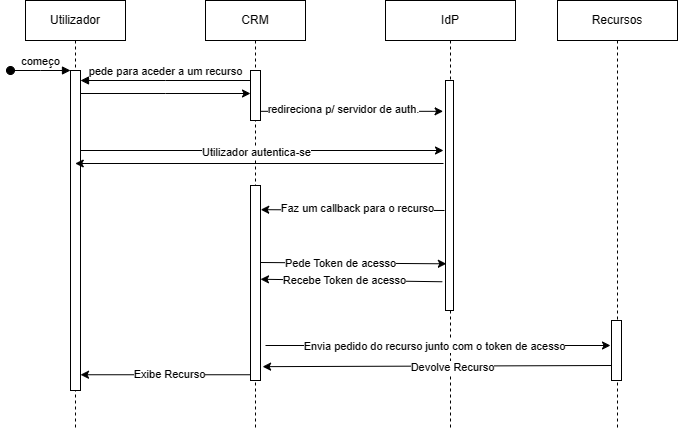
This is Diagrama_Auth_Code_Flow.png from NiMouh/IdP_CRM, a draw.io export, as it was before one commit. Source tidied: cells renumbered, new cells last; positions are measured from the earlier drawing's top-left corner, leaving out a move shared by most shapes. The source it was exported from:
```xml
<mxGraphModel>
  <root>
    <mxCell id="0" />
    <mxCell id="1" parent="0" />
    <mxCell id="2" value="Utilizador" style="shape=umlLifeline;perimeter=lifelinePerimeter;whiteSpace=wrap;html=1;newEdgeStyle={&quot;edgeStyle&quot;:&quot;elbowEdgeStyle&quot;,&quot;elbow&quot;:&quot;vertical&quot;,&quot;curved&quot;:0,&quot;rounded&quot;:0};" parent="1" vertex="1">
      <mxGeometry x="15" width="100" height="430" as="geometry" />
    </mxCell>
    <mxCell id="3" style="html=1;points=[];perimeter=orthogonalPerimeter;outlineConnect=0;targetShapes=umlLifeline;portConstraint=eastwest;newEdgeStyle={&quot;edgeStyle&quot;:&quot;elbowEdgeStyle&quot;,&quot;elbow&quot;:&quot;vertical&quot;,&quot;curved&quot;:0,&quot;rounded&quot;:0};" parent="2" vertex="1">
      <mxGeometry x="45" y="70" width="10" height="320" as="geometry" />
    </mxCell>
    <mxCell id="4" value="começo" style="html=1;verticalAlign=bottom;startArrow=oval;endArrow=block;startSize=8;edgeStyle=elbowEdgeStyle;elbow=vertical;curved=0;rounded=0;" parent="2" edge="1" target="3">
      <mxGeometry relative="1" as="geometry">
        <mxPoint x="-15" y="70" as="sourcePoint" />
      </mxGeometry>
    </mxCell>
    <mxCell id="5" value="CRM" style="shape=umlLifeline;perimeter=lifelinePerimeter;whiteSpace=wrap;html=1;newEdgeStyle={&quot;edgeStyle&quot;:&quot;elbowEdgeStyle&quot;,&quot;elbow&quot;:&quot;vertical&quot;,&quot;curved&quot;:0,&quot;rounded&quot;:0};" parent="1" vertex="1">
      <mxGeometry x="195" width="100" height="430" as="geometry" />
    </mxCell>
    <mxCell id="6" style="html=1;points=[];perimeter=orthogonalPerimeter;outlineConnect=0;targetShapes=umlLifeline;portConstraint=eastwest;newEdgeStyle={&quot;edgeStyle&quot;:&quot;elbowEdgeStyle&quot;,&quot;elbow&quot;:&quot;vertical&quot;,&quot;curved&quot;:0,&quot;rounded&quot;:0};" parent="5" vertex="1">
      <mxGeometry x="45" y="70" width="10" height="50" as="geometry" />
    </mxCell>
    <mxCell id="7" value="IdP" style="shape=umlLifeline;perimeter=lifelinePerimeter;whiteSpace=wrap;html=1;outlineConnect=0;portConstraint=eastwest;newEdgeStyle={&quot;edgeStyle&quot;:&quot;elbowEdgeStyle&quot;,&quot;elbow&quot;:&quot;vertical&quot;,&quot;curved&quot;:0,&quot;rounded&quot;:0};size=40;" parent="1" vertex="1">
      <mxGeometry x="375" width="130" height="430" as="geometry" />
    </mxCell>
    <mxCell id="8" value="Recursos" style="shape=umlLifeline;perimeter=lifelinePerimeter;whiteSpace=wrap;html=1;newEdgeStyle={&quot;edgeStyle&quot;:&quot;elbowEdgeStyle&quot;,&quot;elbow&quot;:&quot;vertical&quot;,&quot;curved&quot;:0,&quot;rounded&quot;:0};" parent="1" vertex="1">
      <mxGeometry x="547" width="120" height="430" as="geometry" />
    </mxCell>
    <mxCell id="9" style="rounded=0;orthogonalLoop=1;jettySize=auto;html=1;elbow=vertical;" parent="1" edge="1">
      <mxGeometry relative="1" as="geometry">
        <mxPoint x="70" y="150" as="sourcePoint" />
        <mxPoint x="433" y="150" as="targetPoint" />
      </mxGeometry>
    </mxCell>
    <mxCell id="10" value="Utilizador autentica-se" style="edgeLabel;html=1;align=center;verticalAlign=middle;" parent="9" vertex="1">
      <mxGeometry x="-0.08" y="-3" relative="1" as="geometry">
        <mxPoint x="9" y="-2" as="offset" />
      </mxGeometry>
    </mxCell>
    <mxCell id="11" value="pede para aceder a um recurso" style="html=1;verticalAlign=bottom;endArrow=block;edgeStyle=elbowEdgeStyle;elbow=horizontal;curved=0;rounded=0;" parent="1" edge="1" source="6" target="3">
      <mxGeometry relative="1" as="geometry">
        <Array as="points">
          <mxPoint x="155" y="80" />
        </Array>
      </mxGeometry>
    </mxCell>
    <mxCell id="12" style="edgeStyle=elbowEdgeStyle;rounded=0;orthogonalLoop=1;jettySize=auto;html=1;elbow=vertical;curved=0;" parent="1" edge="1">
      <mxGeometry relative="1" as="geometry">
        <mxPoint x="70" y="93" as="sourcePoint" />
        <mxPoint x="240" y="93" as="targetPoint" />
      </mxGeometry>
    </mxCell>
    <mxCell id="13" style="edgeStyle=elbowEdgeStyle;rounded=0;jettySize=auto;html=1;elbow=vertical;curved=0;" parent="1" edge="1" source="19" target="7">
      <mxGeometry relative="1" as="geometry" />
    </mxCell>
    <mxCell id="14" style="rounded=0;jettySize=auto;html=1;elbow=vertical;entryX=-0.3;entryY=0.134;entryDx=0;entryDy=0;entryPerimeter=0;" parent="1" edge="1" source="6" target="19">
      <mxGeometry relative="1" as="geometry" />
    </mxCell>
    <mxCell id="15" value="redireciona p/ servidor de auth." style="edgeLabel;html=1;align=center;verticalAlign=middle;" parent="14" vertex="1">
      <mxGeometry x="-0.11" y="2" relative="1" as="geometry" />
    </mxCell>
    <mxCell id="16" style="rounded=0;orthogonalLoop=1;jettySize=auto;html=1;" parent="1" edge="1">
      <mxGeometry relative="1" as="geometry">
        <mxPoint x="433" y="163" as="sourcePoint" />
        <mxPoint x="64.7" y="163" as="targetPoint" />
      </mxGeometry>
    </mxCell>
    <mxCell id="17" style="rounded=0;jettySize=auto;html=1;exitX=0;exitY=0.5;exitDx=0;exitDy=0;entryX=1.023;entryY=0.124;entryDx=0;entryDy=0;entryPerimeter=0;" parent="1" edge="1" target="26">
      <mxGeometry relative="1" as="geometry">
        <mxPoint x="434" y="210" as="sourcePoint" />
      </mxGeometry>
    </mxCell>
    <mxCell id="18" value="Faz um callback para o recurso" style="edgeLabel;html=1;align=center;verticalAlign=middle;" parent="17" vertex="1">
      <mxGeometry x="0.08" y="-1" relative="1" as="geometry">
        <mxPoint x="11" y="-1" as="offset" />
      </mxGeometry>
    </mxCell>
    <mxCell id="19" style="whiteSpace=wrap;html=1;" parent="1" vertex="1">
      <mxGeometry x="435" y="80" width="8" height="230" as="geometry" />
    </mxCell>
    <mxCell id="20" style="rounded=0;jettySize=auto;html=1;exitX=1;exitY=0.5;exitDx=0;exitDy=0;entryX=0.106;entryY=0.797;entryDx=0;entryDy=0;entryPerimeter=0;" parent="1" edge="1" target="19">
      <mxGeometry relative="1" as="geometry">
        <mxPoint x="250" y="262" as="sourcePoint" />
      </mxGeometry>
    </mxCell>
    <mxCell id="21" value="Pede Token de acesso" style="edgeLabel;html=1;align=center;verticalAlign=middle;" parent="20" vertex="1">
      <mxGeometry x="-0.13" relative="1" as="geometry" />
    </mxCell>
    <mxCell id="22" style="rounded=0;orthogonalLoop=1;jettySize=auto;html=1;entryX=0;entryY=0.5;entryDx=0;entryDy=0;" parent="1" edge="1">
      <mxGeometry relative="1" as="geometry">
        <mxPoint x="255" y="345" as="sourcePoint" />
        <mxPoint x="600" y="345" as="targetPoint" />
      </mxGeometry>
    </mxCell>
    <mxCell id="23" value="Envia pedido do recurso junto com o token de acesso" style="edgeLabel;html=1;align=center;verticalAlign=middle;" parent="22" vertex="1">
      <mxGeometry x="-0.16" y="-1" relative="1" as="geometry">
        <mxPoint x="24" y="-1" as="offset" />
      </mxGeometry>
    </mxCell>
    <mxCell id="24" style="rounded=0;orthogonalLoop=1;jettySize=auto;html=1;exitX=0;exitY=0.75;exitDx=0;exitDy=0;" parent="1" edge="1">
      <mxGeometry relative="1" as="geometry">
        <mxPoint x="240" y="374.2" as="sourcePoint" />
        <mxPoint x="70" y="374.2" as="targetPoint" />
      </mxGeometry>
    </mxCell>
    <mxCell id="25" value="Exibe Recurso" style="edgeLabel;html=1;align=center;verticalAlign=middle;" parent="24" vertex="1">
      <mxGeometry x="0.18" y="4" relative="1" as="geometry">
        <mxPoint x="18" y="-5" as="offset" />
      </mxGeometry>
    </mxCell>
    <mxCell id="26" style="rounded=0;whiteSpace=wrap;html=1;" parent="1" vertex="1">
      <mxGeometry x="240" y="185" width="10" height="195" as="geometry" />
    </mxCell>
    <mxCell id="27" style="rounded=0;orthogonalLoop=1;jettySize=auto;html=1;exitX=-0.276;exitY=0.875;exitDx=0;exitDy=0;entryX=1;entryY=0.75;entryDx=0;entryDy=0;exitPerimeter=0;" parent="1" edge="1">
      <mxGeometry relative="1" as="geometry">
        <mxPoint x="431.8" y="281.2" as="sourcePoint" />
        <mxPoint x="250" y="278.8" as="targetPoint" />
      </mxGeometry>
    </mxCell>
    <mxCell id="28" value="Recebe Token de acesso" style="edgeLabel;html=1;align=center;verticalAlign=middle;" parent="27" vertex="1">
      <mxGeometry x="0.15" relative="1" as="geometry">
        <mxPoint x="6" as="offset" />
      </mxGeometry>
    </mxCell>
    <mxCell id="29" style="rounded=0;whiteSpace=wrap;html=1;" parent="1" vertex="1">
      <mxGeometry x="601" y="320" width="10" height="60" as="geometry" />
    </mxCell>
    <mxCell id="30" style="rounded=0;jettySize=auto;html=1;exitX=0;exitY=0.75;exitDx=0;exitDy=0;entryX=1.208;entryY=0.929;entryDx=0;entryDy=0;entryPerimeter=0;" parent="1" edge="1" source="29" target="26">
      <mxGeometry relative="1" as="geometry" />
    </mxCell>
    <mxCell id="31" value="Devolve Recurso" style="edgeLabel;html=1;align=center;verticalAlign=middle;" parent="30" vertex="1">
      <mxGeometry x="-0.08" y="1" relative="1" as="geometry" />
    </mxCell>
  </root>
</mxGraphModel>
```
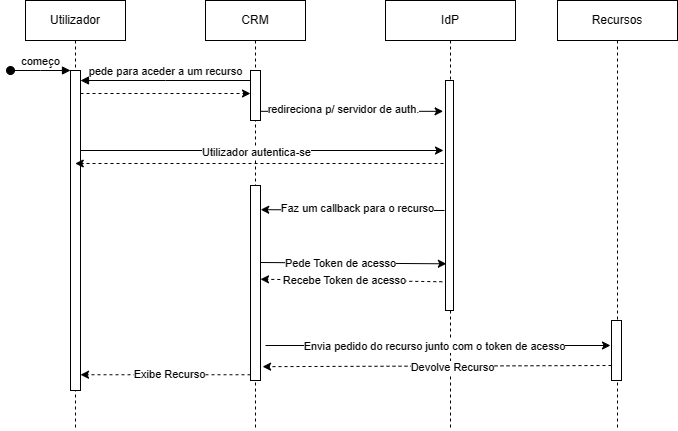
The same diagram one commit later.

What changed in the source:
```diff
@@ -43,7 +43,7 @@
         </Array>
       </mxGeometry>
     </mxCell>
-    <mxCell id="12" style="edgeStyle=elbowEdgeStyle;rounded=0;orthogonalLoop=1;jettySize=auto;html=1;elbow=vertical;curved=0;" parent="1" edge="1">
+    <mxCell id="12" style="edgeStyle=elbowEdgeStyle;rounded=0;orthogonalLoop=1;jettySize=auto;html=1;elbow=vertical;curved=0;dashed=1;" parent="1" edge="1">
       <mxGeometry relative="1" as="geometry">
         <mxPoint x="70" y="93" as="sourcePoint" />
         <mxPoint x="240" y="93" as="targetPoint" />
@@ -58,7 +58,7 @@
     <mxCell id="15" value="redireciona p/ servidor de auth." style="edgeLabel;html=1;align=center;verticalAlign=middle;" parent="14" vertex="1">
       <mxGeometry x="-0.11" y="2" relative="1" as="geometry" />
     </mxCell>
-    <mxCell id="16" style="rounded=0;orthogonalLoop=1;jettySize=auto;html=1;" parent="1" edge="1">
+    <mxCell id="16" style="rounded=0;orthogonalLoop=1;jettySize=auto;html=1;dashed=1;" parent="1" edge="1">
       <mxGeometry relative="1" as="geometry">
         <mxPoint x="433" y="163" as="sourcePoint" />
         <mxPoint x="64.7" y="163" as="targetPoint" />
@@ -96,7 +96,7 @@
         <mxPoint x="24" y="-1" as="offset" />
       </mxGeometry>
     </mxCell>
-    <mxCell id="24" style="rounded=0;orthogonalLoop=1;jettySize=auto;html=1;exitX=0;exitY=0.75;exitDx=0;exitDy=0;" parent="1" edge="1">
+    <mxCell id="24" style="rounded=0;orthogonalLoop=1;jettySize=auto;html=1;exitX=0;exitY=0.75;exitDx=0;exitDy=0;dashed=1;" parent="1" edge="1">
       <mxGeometry relative="1" as="geometry">
         <mxPoint x="240" y="374.2" as="sourcePoint" />
         <mxPoint x="70" y="374.2" as="targetPoint" />
@@ -110,7 +110,7 @@
     <mxCell id="26" style="rounded=0;whiteSpace=wrap;html=1;" parent="1" vertex="1">
       <mxGeometry x="240" y="185" width="10" height="195" as="geometry" />
     </mxCell>
-    <mxCell id="27" style="rounded=0;orthogonalLoop=1;jettySize=auto;html=1;exitX=-0.276;exitY=0.875;exitDx=0;exitDy=0;entryX=1;entryY=0.75;entryDx=0;entryDy=0;exitPerimeter=0;" parent="1" edge="1">
+    <mxCell id="27" style="rounded=0;orthogonalLoop=1;jettySize=auto;html=1;exitX=-0.276;exitY=0.875;exitDx=0;exitDy=0;entryX=1;entryY=0.75;entryDx=0;entryDy=0;exitPerimeter=0;dashed=1;" parent="1" edge="1">
       <mxGeometry relative="1" as="geometry">
         <mxPoint x="431.8" y="281.2" as="sourcePoint" />
         <mxPoint x="250" y="278.8" as="targetPoint" />
@@ -124,7 +124,7 @@
     <mxCell id="29" style="rounded=0;whiteSpace=wrap;html=1;" parent="1" vertex="1">
       <mxGeometry x="601" y="320" width="10" height="60" as="geometry" />
     </mxCell>
-    <mxCell id="30" style="rounded=0;jettySize=auto;html=1;exitX=0;exitY=0.75;exitDx=0;exitDy=0;entryX=1.208;entryY=0.929;entryDx=0;entryDy=0;entryPerimeter=0;" parent="1" edge="1" source="29" target="26">
+    <mxCell id="30" style="rounded=0;jettySize=auto;html=1;exitX=0;exitY=0.75;exitDx=0;exitDy=0;entryX=1.208;entryY=0.929;entryDx=0;entryDy=0;entryPerimeter=0;dashed=1;" parent="1" edge="1" source="29" target="26">
       <mxGeometry relative="1" as="geometry" />
     </mxCell>
     <mxCell id="31" value="Devolve Recurso" style="edgeLabel;html=1;align=center;verticalAlign=middle;" parent="30" vertex="1">
```
